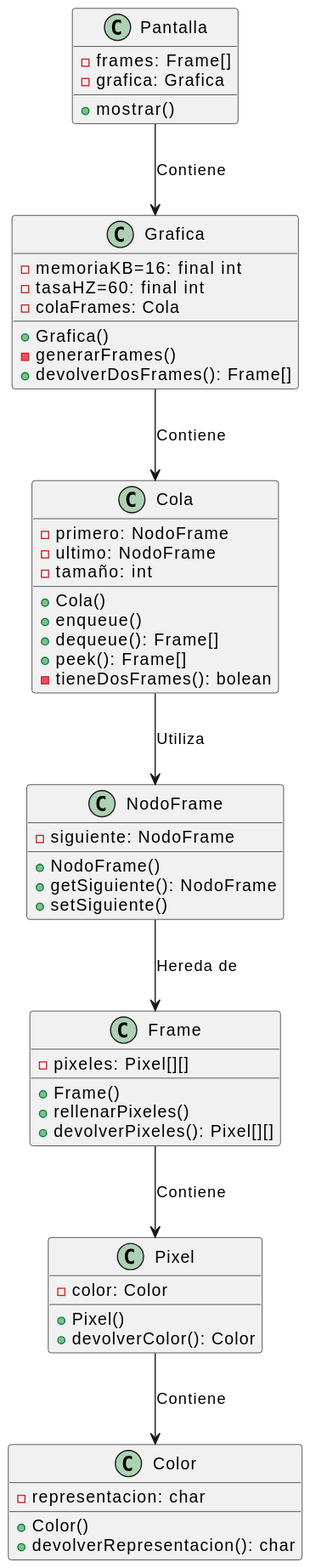
This is entregas/lopezMartin/reto-000/diagrama/diagrama.svg from mmasias/24-25-EDA2, a PlantUML export, as it was before one commit. Its diagram source:
```plantuml
@startuml
class Pantalla {
    -frames: Frame[]
    -grafica: Grafica
    +mostrar()
}

class Grafica {
    -memoriaKB=16: final int
    -tasaHZ=60: final int
    -colaFrames: Cola
    +Grafica()
    -generarFrames()
    +devolverDosFrames(): Frame[]
}

class Cola {
    -primero: NodoFrame
    -ultimo: NodoFrame
    -tamaño: int
    +Cola()
    +enqueue()
    +dequeue(): Frame[]
    +peek(): Frame[]
    -tieneDosFrames(): bolean
}

class NodoFrame {
    -siguiente: NodoFrame
    +NodoFrame()
    +getSiguiente(): NodoFrame
    +setSiguiente()
}

class Frame {
    -pixeles: Pixel[][]
    +Frame()
    +rellenarPixeles()
    +devolverPixeles(): Pixel[][]
}

class Pixel {
    -color: Color
    +Pixel()
    +devolverColor(): Color
}

class Color {
    -representacion: char
    +Color()
    +devolverRepresentacion(): char
}

Pantalla --> Grafica: "Contiene"
Grafica --> Cola: "Contiene"
Cola --> NodoFrame: "Utiliza"
NodoFrame --> Frame: "Hereda de"
Frame --> Pixel: "Contiene"
Pixel --> Color: "Contiene"
@enduml
```
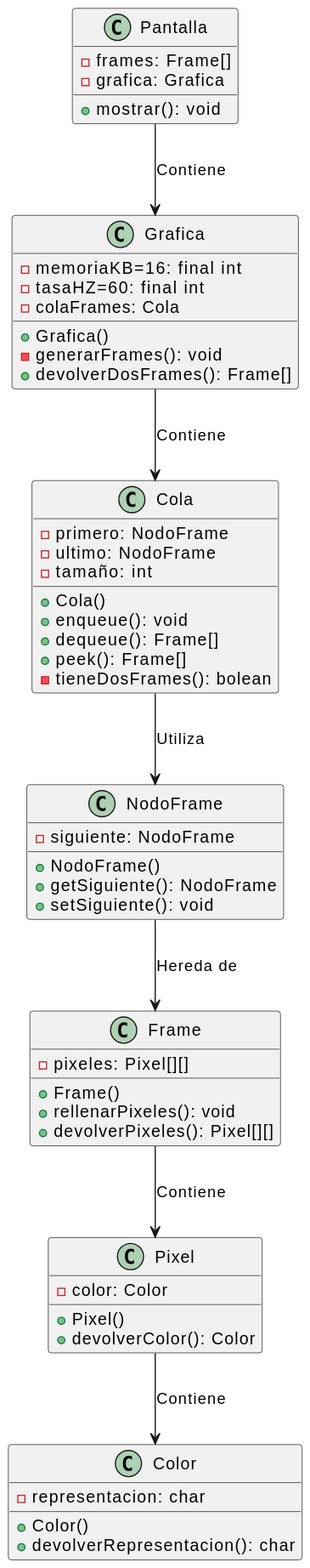
Later version of the same file.

What changed in the source:
```diff
@@ -2,7 +2,7 @@
 class Pantalla {
     -frames: Frame[]
     -grafica: Grafica
-    +mostrar()
+    +mostrar(): void
 }
 
 class Grafica {
@@ -10,7 +10,7 @@
     -tasaHZ=60: final int
     -colaFrames: Cola
     +Grafica()
-    -generarFrames()
+    -generarFrames(): void
     +devolverDosFrames(): Frame[]
 }
 
@@ -19,7 +19,7 @@
     -ultimo: NodoFrame
     -tamaño: int
     +Cola()
-    +enqueue()
+    +enqueue(): void
     +dequeue(): Frame[]
     +peek(): Frame[]
     -tieneDosFrames(): bolean
@@ -29,13 +29,13 @@
     -siguiente: NodoFrame
     +NodoFrame()
     +getSiguiente(): NodoFrame
-    +setSiguiente()
+    +setSiguiente(): void
 }
 
 class Frame {
     -pixeles: Pixel[][]
     +Frame()
-    +rellenarPixeles()
+    +rellenarPixeles(): void
     +devolverPixeles(): Pixel[][]
 }
 
```
